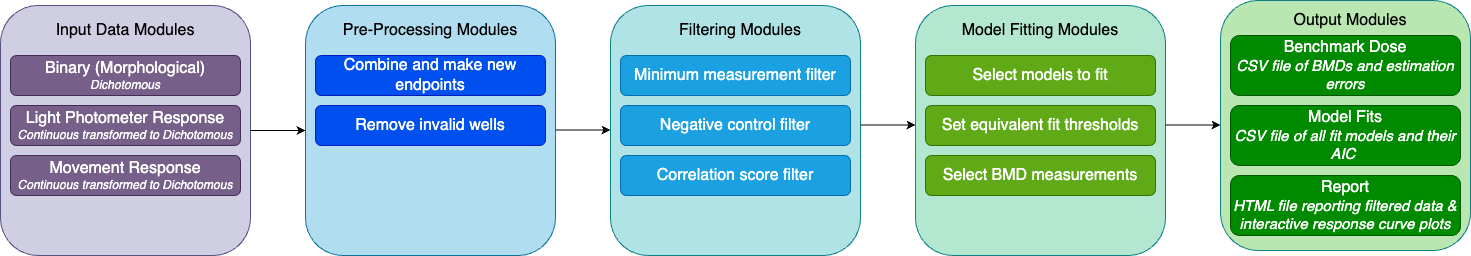
This is bmdrc.png from PNNL-CompBio/bmdrc, a draw.io export, as it was before one commit. Source tidied: cells renumbered, new cells last; positions are measured from the earlier drawing's top-left corner, leaving out a move shared by most shapes.
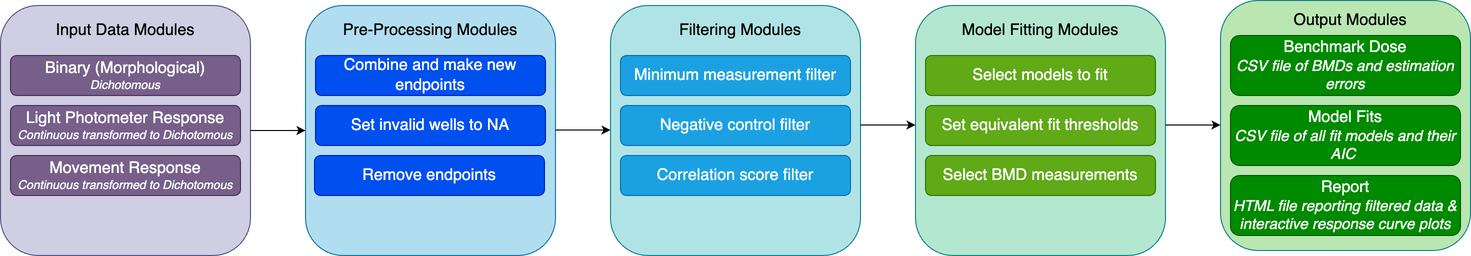
Later version of the same file.

Change to the diagram source:
```diff
@@ -41,7 +41,7 @@
     <mxCell id="14" value="&lt;span style=&quot;font-size: 16px;&quot;&gt;Combine and make new endpoints&lt;/span&gt;" style="rounded=1;whiteSpace=wrap;html=1;fontSize=12;glass=0;strokeWidth=1;shadow=0;fillColor=#0050ef;fontColor=#ffffff;strokeColor=#001DBC;" parent="1" vertex="1">
       <mxGeometry x="315" y="55" width="230" height="40" as="geometry" />
     </mxCell>
-    <mxCell id="15" value="&lt;span style=&quot;font-size: 16px;&quot;&gt;Remove invalid wells&lt;/span&gt;" style="rounded=1;whiteSpace=wrap;html=1;fontSize=12;glass=0;strokeWidth=1;shadow=0;fillColor=#0050ef;fontColor=#ffffff;strokeColor=#001DBC;" parent="1" vertex="1">
+    <mxCell id="15" value="&lt;span style=&quot;font-size: 16px;&quot;&gt;Set invalid wells to NA&lt;/span&gt;" style="rounded=1;whiteSpace=wrap;html=1;fontSize=12;glass=0;strokeWidth=1;shadow=0;fillColor=#0050ef;fontColor=#ffffff;strokeColor=#001DBC;" parent="1" vertex="1">
       <mxGeometry x="315" y="105" width="230" height="40" as="geometry" />
     </mxCell>
     <mxCell id="16" style="endArrow=classic;html=1;rounded=0;exitX=1;exitY=0.5;exitDx=0;exitDy=0;entryX=0;entryY=0.5;entryDx=0;entryDy=0;" parent="1" edge="1" source="4" target="12">
@@ -95,5 +95,8 @@
         <mxPoint x="1220" y="124.5" as="targetPoint" />
       </mxGeometry>
     </mxCell>
+    <mxCell id="30" value="&lt;span style=&quot;font-size: 16px;&quot;&gt;Remove endpoints&lt;/span&gt;" style="rounded=1;whiteSpace=wrap;html=1;fontSize=12;glass=0;strokeWidth=1;shadow=0;fillColor=#0050ef;fontColor=#ffffff;strokeColor=#001DBC;" parent="1" vertex="1">
+      <mxGeometry x="314" y="155" width="230" height="40" as="geometry" />
+    </mxCell>
   </root>
 </mxGraphModel>
```
